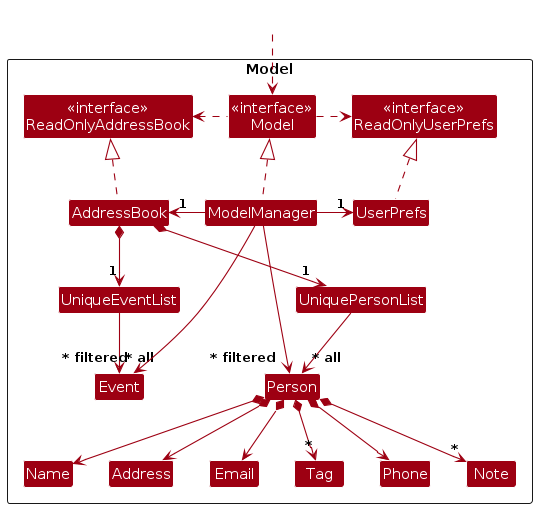
Earlier version of the PlantUML export diagrams/ModelClassDiagram.png (AY2324S1-CS2103T-W16-1/tp). Its source is kept beside it as diagrams/ModelClassDiagram.puml.
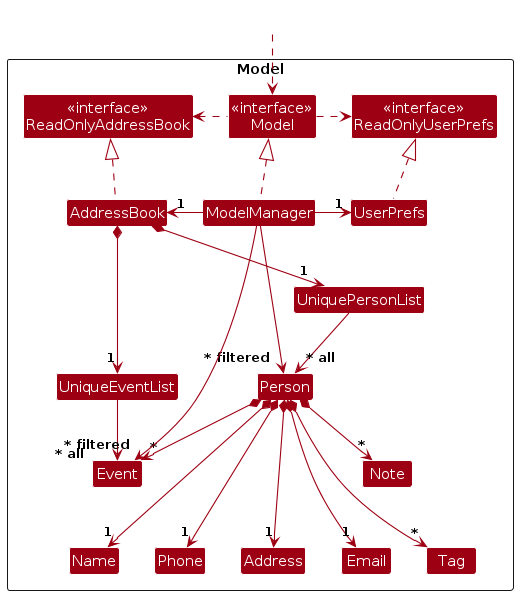
The same diagram one commit later.

The edit, as a diff of the source:
```diff
@@ -42,12 +42,14 @@
 AddressBook *--> "1" UniqueEventList
 UniquePersonList -down-> "~* all" Person
 UniqueEventList -down-> "~* all" Event
-Person *--> Name
-Person *--> Phone
-Person *--> Email
-Person *--> Address
+Person *--> "1" Name
+Person *--> "1" Phone
+Person *--> "1" Email
+Person *--> "1" Address
 Person *--> "*" Tag
 Person *--> "*" Note
+Person *--> "*" Event
+
 
 UserPrefs -[hidden]down-> UniquePersonList
 ModelManager -[hidden]down-> UniquePersonList
```
